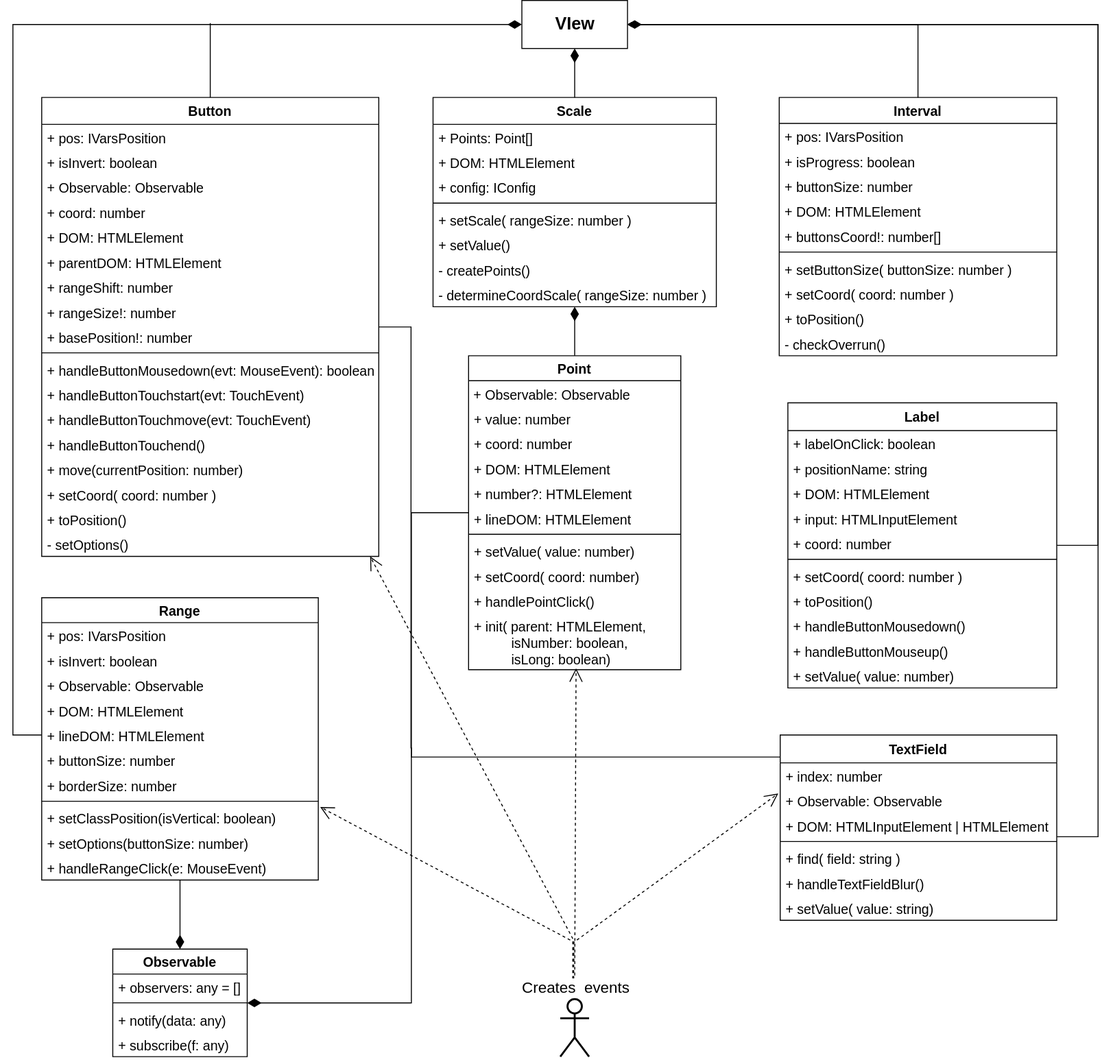
Evgeny3101/plugin keeps this draw.io diagram as uml/viewComponents.svg. Above is the earlier version. Source tidied: cells renumbered, new cells last; positions are measured from the earlier drawing's top-left corner, leaving out a move shared by most shapes.
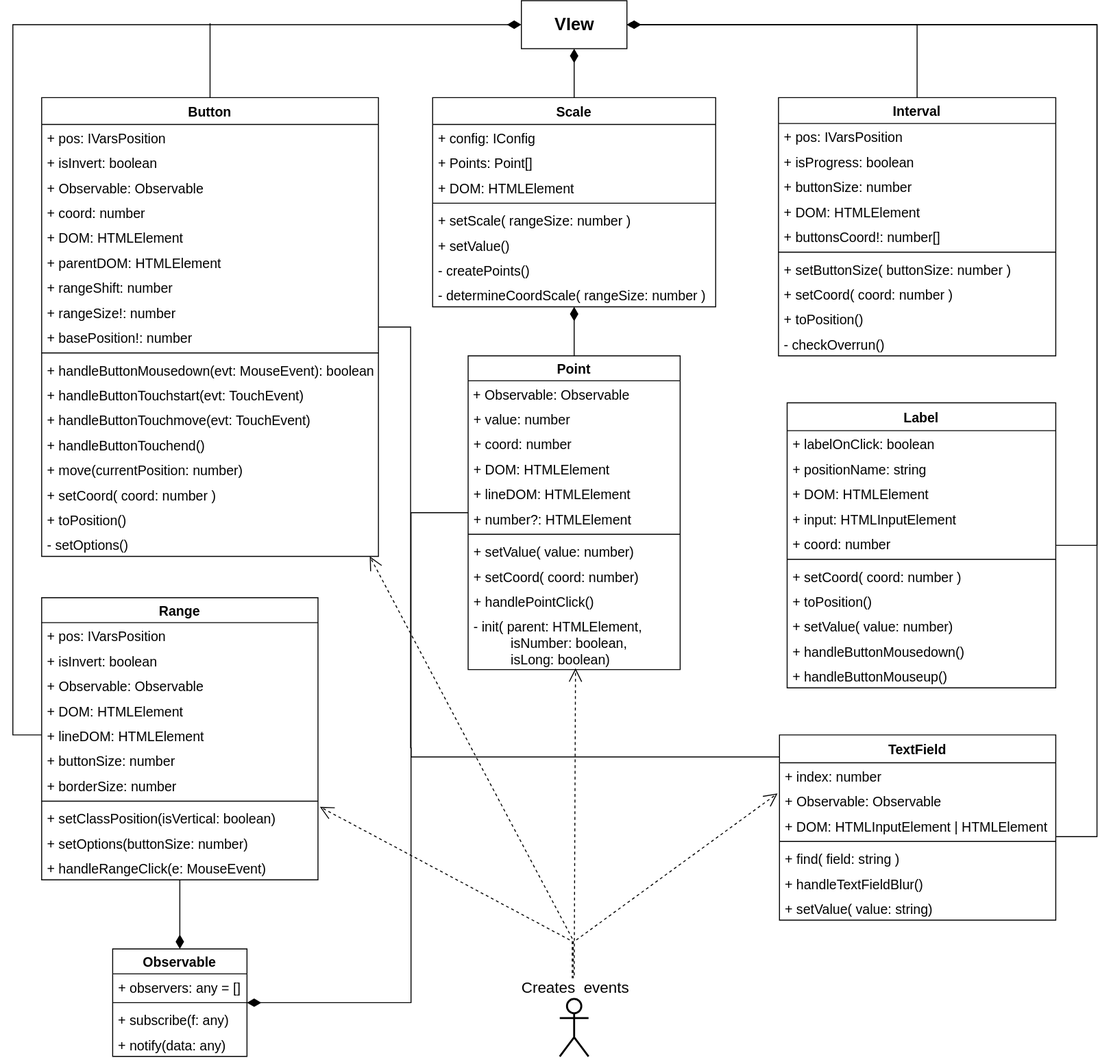
After the change.

The edit, as a diff of the source:
```diff
@@ -60,15 +60,15 @@
     <mxCell id="15" value="+ toPosition()&#10;" style="text;strokeColor=none;fillColor=none;align=left;verticalAlign=top;spacingLeft=4;spacingRight=4;overflow=hidden;fontSize=14;" parent="7" vertex="1">
       <mxGeometry y="193" width="280" height="26" as="geometry" />
     </mxCell>
+    <mxCell id="18" value="+ setValue( value: number)&#10;" style="text;strokeColor=none;fillColor=none;align=left;verticalAlign=top;spacingLeft=4;spacingRight=4;overflow=hidden;fontSize=14;" parent="7" vertex="1">
+      <mxGeometry y="219" width="280" height="26" as="geometry" />
+    </mxCell>
     <mxCell id="16" value="+ handleButtonMousedown()" style="text;strokeColor=none;fillColor=none;align=left;verticalAlign=top;spacingLeft=4;spacingRight=4;overflow=hidden;fontSize=14;" parent="7" vertex="1">
-      <mxGeometry y="219" width="280" height="26" as="geometry" />
+      <mxGeometry y="245" width="280" height="26" as="geometry" />
     </mxCell>
     <mxCell id="17" value="+ handleButtonMouseup()" style="text;strokeColor=none;fillColor=none;align=left;verticalAlign=top;spacingLeft=4;spacingRight=4;overflow=hidden;fontSize=14;" parent="7" vertex="1">
-      <mxGeometry y="245" width="280" height="26" as="geometry" />
+      <mxGeometry y="271" width="280" height="26" as="geometry" />
     </mxCell>
-    <mxCell id="18" value="+ setValue( value: number)&#10;" style="text;strokeColor=none;fillColor=none;align=left;verticalAlign=top;spacingLeft=4;spacingRight=4;overflow=hidden;fontSize=14;" parent="7" vertex="1">
-      <mxGeometry y="271" width="280" height="26" as="geometry" />
-    </mxCell>
     <mxCell id="19" style="edgeStyle=orthogonalEdgeStyle;rounded=0;jettySize=auto;html=1;entryX=1;entryY=0.5;entryDx=0;entryDy=0;shadow=0;endArrow=diamondThin;endFill=1;" parent="1" edge="1" source="20" target="2">
       <mxGeometry relative="1" as="geometry">
         <Array as="points">
@@ -174,12 +174,12 @@
     <mxCell id="50" value="+ DOM: HTMLElement" style="text;strokeColor=none;fillColor=none;align=left;verticalAlign=top;spacingLeft=4;spacingRight=4;overflow=hidden;fontSize=14;" parent="46" vertex="1">
       <mxGeometry y="104" width="221" height="26" as="geometry" />
     </mxCell>
+    <mxCell id="52" value="+ lineDOM: HTMLElement" style="text;strokeColor=none;fillColor=none;align=left;verticalAlign=top;spacingLeft=4;spacingRight=4;overflow=hidden;fontSize=14;" parent="46" vertex="1">
+      <mxGeometry y="130" width="221" height="26" as="geometry" />
+    </mxCell>
     <mxCell id="51" value="+ number?: HTMLElement" style="text;strokeColor=none;fillColor=none;align=left;verticalAlign=top;spacingLeft=4;spacingRight=4;overflow=hidden;fontSize=14;" parent="46" vertex="1">
-      <mxGeometry y="130" width="221" height="26" as="geometry" />
+      <mxGeometry y="156" width="221" height="26" as="geometry" />
     </mxCell>
-    <mxCell id="52" value="+ lineDOM: HTMLElement" style="text;strokeColor=none;fillColor=none;align=left;verticalAlign=top;spacingLeft=4;spacingRight=4;overflow=hidden;fontSize=14;" parent="46" vertex="1">
-      <mxGeometry y="156" width="221" height="26" as="geometry" />
-    </mxCell>
     <mxCell id="53" style="line;strokeWidth=1;fillColor=none;align=left;verticalAlign=middle;spacingTop=-1;spacingLeft=3;spacingRight=3;labelPosition=right;labelBackgroundColor=#ffffff;html=1;fontSize=14;" parent="46" vertex="1">
       <mxGeometry y="182" width="221" height="8" as="geometry" />
     </mxCell>
@@ -192,7 +192,7 @@
     <mxCell id="56" value="+ handlePointClick()" style="text;strokeColor=none;fillColor=none;align=left;verticalAlign=top;spacingLeft=4;spacingRight=4;overflow=hidden;fontSize=14;" parent="46" vertex="1">
       <mxGeometry y="242" width="221" height="26" as="geometry" />
     </mxCell>
-    <mxCell id="57" value="+ init( parent: HTMLElement, &#10;          isNumber: boolean, &#10;          isLong: boolean)" style="text;strokeColor=none;fillColor=none;align=left;verticalAlign=top;spacingLeft=4;spacingRight=4;overflow=hidden;fontSize=14;" parent="46" vertex="1">
+    <mxCell id="57" value="- init( parent: HTMLElement, &#10;          isNumber: boolean, &#10;          isLong: boolean)" style="text;strokeColor=none;fillColor=none;align=left;verticalAlign=top;spacingLeft=4;spacingRight=4;overflow=hidden;fontSize=14;" parent="46" vertex="1">
       <mxGeometry y="268" width="221" height="59" as="geometry" />
     </mxCell>
     <mxCell id="58" style="edgeStyle=orthogonalEdgeStyle;rounded=0;jettySize=auto;html=1;shadow=0;endArrow=none;endFill=0;" parent="1" edge="1" source="60">
@@ -271,27 +271,27 @@
     <mxCell id="81" style="line;strokeWidth=1;fillColor=none;align=left;verticalAlign=middle;spacingTop=-1;spacingLeft=3;spacingRight=3;labelPosition=right;labelBackgroundColor=#ffffff;html=1;fontSize=14;" parent="79" vertex="1">
       <mxGeometry y="52" width="140" height="8" as="geometry" />
     </mxCell>
+    <mxCell id="83" value="+ subscribe(f: any)" style="text;strokeColor=none;fillColor=none;align=left;verticalAlign=top;spacingLeft=4;spacingRight=4;overflow=hidden;fontSize=14;" parent="79" vertex="1">
+      <mxGeometry y="60" width="140" height="26" as="geometry" />
+    </mxCell>
     <mxCell id="82" value="+ notify(data: any)" style="text;strokeColor=none;fillColor=none;align=left;verticalAlign=top;spacingLeft=4;spacingRight=4;overflow=hidden;fontSize=14;" parent="79" vertex="1">
-      <mxGeometry y="60" width="140" height="26" as="geometry" />
+      <mxGeometry y="86" width="140" height="26" as="geometry" />
     </mxCell>
-    <mxCell id="83" value="+ subscribe(f: any)" style="text;strokeColor=none;fillColor=none;align=left;verticalAlign=top;spacingLeft=4;spacingRight=4;overflow=hidden;fontSize=14;" parent="79" vertex="1">
-      <mxGeometry y="86" width="140" height="26" as="geometry" />
-    </mxCell>
     <mxCell id="84" style="edgeStyle=orthogonalEdgeStyle;rounded=0;jettySize=auto;html=1;entryX=0.5;entryY=1;entryDx=0;entryDy=0;shadow=0;endSize=12;endArrow=diamondThin;endFill=1;" parent="1" edge="1" source="85" target="2">
       <mxGeometry relative="1" as="geometry" />
     </mxCell>
     <mxCell id="85" value="Scale" style="swimlane;fontStyle=1;horizontal=1;startSize=28;fillColor=none;rounded=0;glass=0;strokeColor=#000000;fontSize=14;swimlaneLine=1;" parent="1" vertex="1">
       <mxGeometry x="437.4" y="101" width="295" height="218" as="geometry" />
     </mxCell>
+    <mxCell id="88" value="+ config: IConfig" style="text;strokeColor=none;fillColor=none;align=left;verticalAlign=top;spacingLeft=4;spacingRight=4;overflow=hidden;fontSize=14;" parent="85" vertex="1">
+      <mxGeometry y="28" width="295" height="26" as="geometry" />
+    </mxCell>
     <mxCell id="86" value="+ Points: Point[]" style="text;strokeColor=none;fillColor=none;align=left;verticalAlign=top;spacingLeft=4;spacingRight=4;overflow=hidden;fontSize=14;" parent="85" vertex="1">
-      <mxGeometry y="28" width="295" height="26" as="geometry" />
+      <mxGeometry y="54" width="295" height="26" as="geometry" />
     </mxCell>
     <mxCell id="87" value="+ DOM: HTMLElement" style="text;strokeColor=none;fillColor=none;align=left;verticalAlign=top;spacingLeft=4;spacingRight=4;overflow=hidden;fontSize=14;" parent="85" vertex="1">
-      <mxGeometry y="54" width="295" height="26" as="geometry" />
+      <mxGeometry y="80" width="295" height="26" as="geometry" />
     </mxCell>
-    <mxCell id="88" value="+ config: IConfig" style="text;strokeColor=none;fillColor=none;align=left;verticalAlign=top;spacingLeft=4;spacingRight=4;overflow=hidden;fontSize=14;" parent="85" vertex="1">
-      <mxGeometry y="80" width="295" height="26" as="geometry" />
-    </mxCell>
     <mxCell id="89" style="line;strokeWidth=1;fillColor=none;align=left;verticalAlign=middle;spacingTop=-1;spacingLeft=3;spacingRight=3;labelPosition=right;labelBackgroundColor=#ffffff;html=1;fontSize=14;" parent="85" vertex="1">
       <mxGeometry y="106" width="295" height="8" as="geometry" />
     </mxCell>
```
